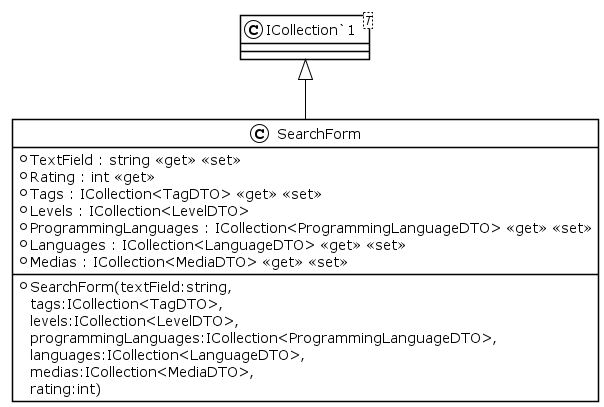
Before: Documentation/UML/Images/SearchForm.png, a diagram exported from PlantUML (ahja-itu/BDSA2021-FinalProject).
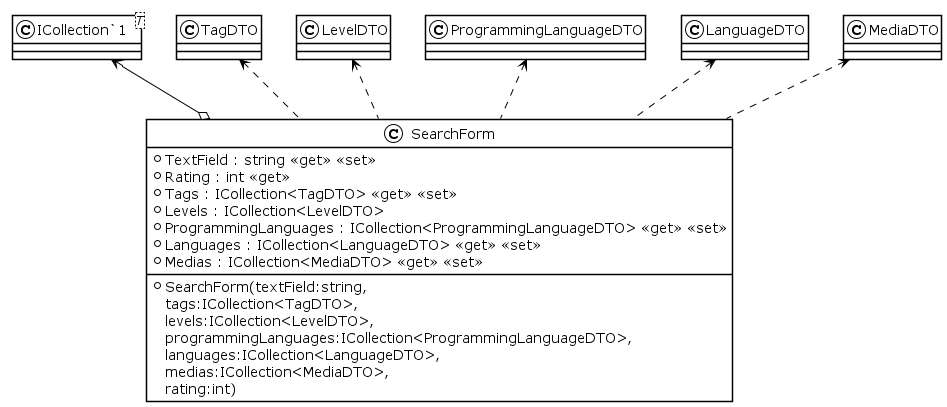
Above is the later version.

The edit, as a diff of the source:
```diff
@@ -1,5 +1,6 @@
 @startuml
 !theme plain
+
 class SearchForm {
     + SearchForm(textField:string, \ntags:ICollection<TagDTO>, \nlevels:ICollection<LevelDTO>, \nprogrammingLanguages:ICollection<ProgrammingLanguageDTO>, \nlanguages:ICollection<LanguageDTO>, \nmedias:ICollection<MediaDTO>, \nrating:int)
     + TextField : string <<get>> <<set>>
@@ -13,6 +14,11 @@
 class "ICollection`1"<T> {
 }
 
-"ICollection`1" <|-- SearchForm
+"ICollection`1" <--o SearchForm
+TagDTO <.. SearchForm
+LevelDTO <.. SearchForm
+ProgrammingLanguageDTO <.. SearchForm
+LanguageDTO <.. SearchForm
+MediaDTO <.. SearchForm
 
 @enduml
```
